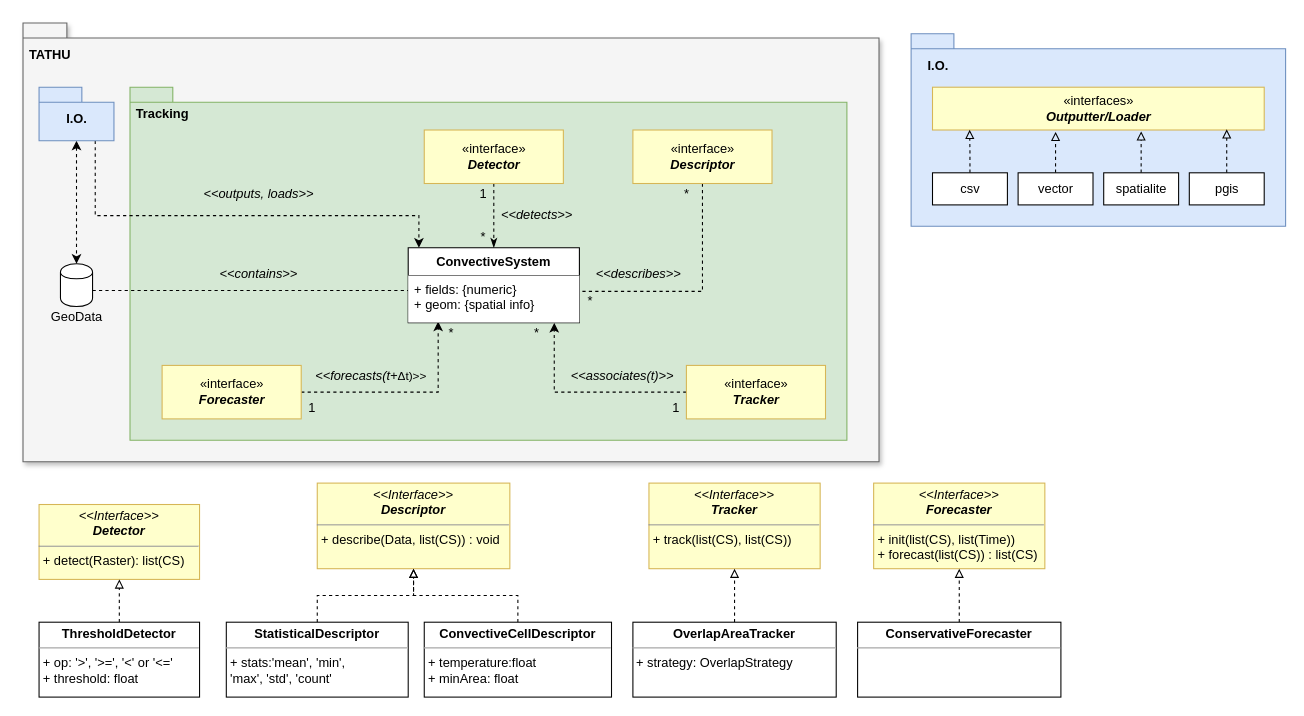
The draw.io diagram diagrams/tathu-diagram.drawio in uba/tathu, before the edit. Source tidied: cells renumbered, new cells numbered last; positions are measured from the earlier drawing's top-left corner, leaving out a move shared by most shapes. Both pictures are drawn from the tidied source at 107%, with x=0, y=0 at pixel (22, 22).
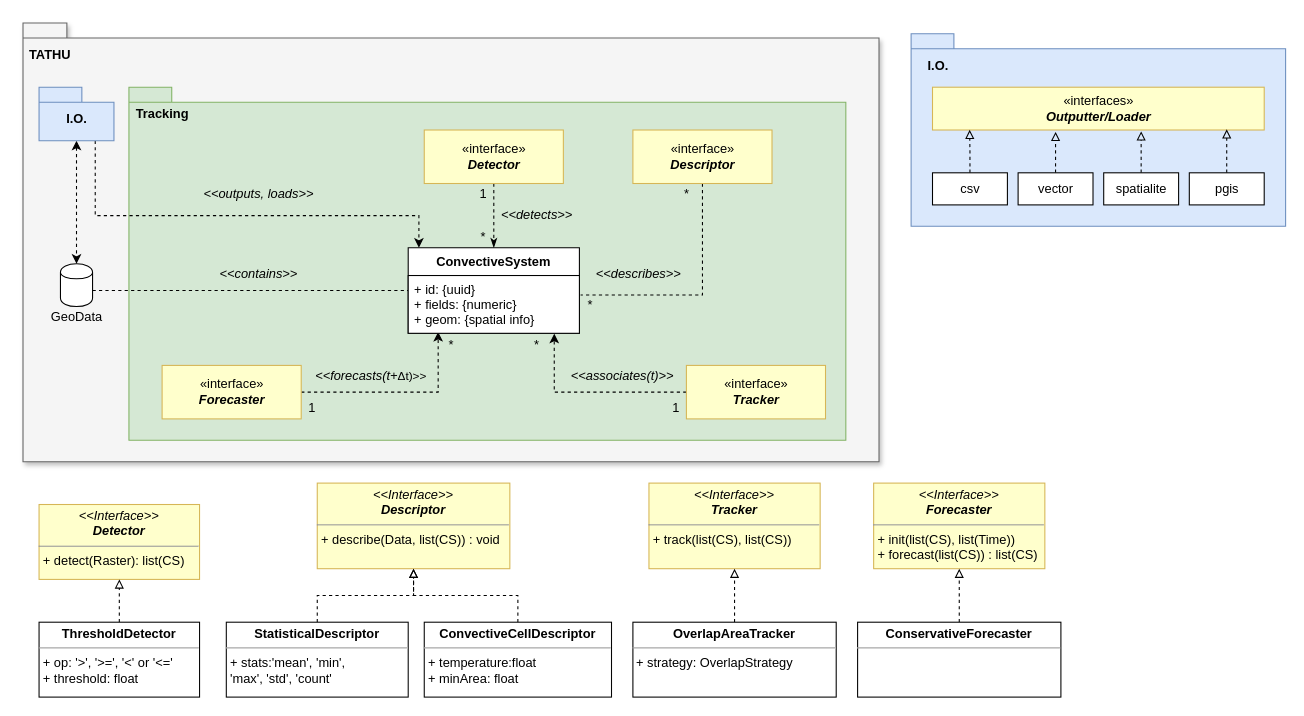
After the change.

Commit message (it also covers changes not shown here):
Update diagram - Add CS.uuid attribute

Unchanged cells that the change refers to:
```xml
<mxCell id="25" value="«interface»&lt;br&gt;&lt;b&gt;&lt;i&gt;Forecaster&lt;/i&gt;&lt;/b&gt;" style="html=1;fillColor=#FFFFCC;strokeColor=#d6b656;" parent="1" vertex="1">
  <mxGeometry x="130" y="320" width="130" height="50" as="geometry" />
</mxCell>
```

Change to the diagram source:
```diff
@@
     <mxCell id="3" style="shape=folder;fontStyle=1;spacingTop=10;tabWidth=40;tabHeight=14;tabPosition=left;html=1;strokeColor=#82b366;fillColor=#d5e8d4;" parent="1" vertex="1">
-      <mxGeometry x="100" y="60" width="670" height="330" as="geometry" />
+      <mxGeometry x="99" y="60" width="670" height="330" as="geometry" />
     </mxCell>
@@
     <mxCell id="17" value="*" style="text;html=1;align=center;verticalAlign=middle;" parent="1" vertex="1">
-      <mxGeometry x="520" y="250" width="20" height="20" as="geometry" />
+      <mxGeometry x="520" y="254" width="20" height="20" as="geometry" />
     </mxCell>
@@
     <mxCell id="22" value="*" style="text;html=1;align=center;verticalAlign=middle;" parent="1" vertex="1">
-      <mxGeometry x="470" y="280" width="20" height="20" as="geometry" />
+      <mxGeometry x="470" y="291" width="20" height="20" as="geometry" />
     </mxCell>
@@
     <mxCell id="24" style="edgeStyle=orthogonalEdgeStyle;rounded=0;jettySize=auto;html=1;exitX=1;exitY=0.5;exitDx=0;exitDy=0;entryX=0.175;entryY=0.977;entryDx=0;entryDy=0;entryPerimeter=0;dashed=1;startArrow=none;startFill=0;endArrow=classic;endFill=1;" parent="1" edge="1" source="25" target="38">
-      <mxGeometry relative="1" as="geometry" />
+      <mxGeometry relative="1" as="geometry">
+        <Array as="points">
+          <mxPoint x="388" y="345" />
+        </Array>
+      </mxGeometry>
     </mxCell>
@@
     <mxCell id="28" value="*" style="text;html=1;align=center;verticalAlign=middle;" parent="1" vertex="1">
-      <mxGeometry x="390" y="280" width="20" height="20" as="geometry" />
+      <mxGeometry x="390" y="291" width="20" height="20" as="geometry" />
     </mxCell>
@@
     <mxCell id="37" value="ConvectiveSystem&#10;" style="swimlane;fontStyle=1;align=center;verticalAlign=top;horizontal=1;startSize=26;" parent="1" vertex="1">
-      <mxGeometry x="360" y="210" width="160" height="70" as="geometry" />
+      <mxGeometry x="360" y="210" width="160" height="80" as="geometry" />
     </mxCell>
+    <mxCell id="39" style="line;strokeWidth=1;fillColor=none;align=left;verticalAlign=middle;spacingTop=-1;spacingLeft=3;spacingRight=3;labelPosition=right;" parent="37" vertex="1">
+      <mxGeometry y="26" width="160" as="geometry" />
+    </mxCell>
-    <mxCell id="38" value="+ fields: {numeric}&#10;+ geom: {spatial info}" style="text;align=left;verticalAlign=top;spacingLeft=4;spacingRight=4;overflow=hidden;points=[[0,0.5],[1,0.5]];portConstraint=eastwest;fillColor=#ffffff;" parent="37" vertex="1">
-      <mxGeometry y="26" width="160" height="44" as="geometry" />
+    <mxCell id="38" value="+ id: {uuid}&#10;+ fields: {numeric}&#10;+ geom: {spatial info}" style="text;align=left;verticalAlign=top;spacingLeft=4;spacingRight=4;overflow=hidden;points=[[0,0.5],[1,0.5]];portConstraint=eastwest;fillColor=#ffffff;strokeColor=default;" parent="37" vertex="1">
+      <mxGeometry y="26" width="160" height="54" as="geometry" />
     </mxCell>
-    <mxCell id="39" style="line;strokeWidth=1;fillColor=none;align=left;verticalAlign=middle;spacingTop=-1;spacingLeft=3;spacingRight=3;labelPosition=right;" parent="37" vertex="1">
-      <mxGeometry y="70" width="160" as="geometry" />
-    </mxCell>
```
